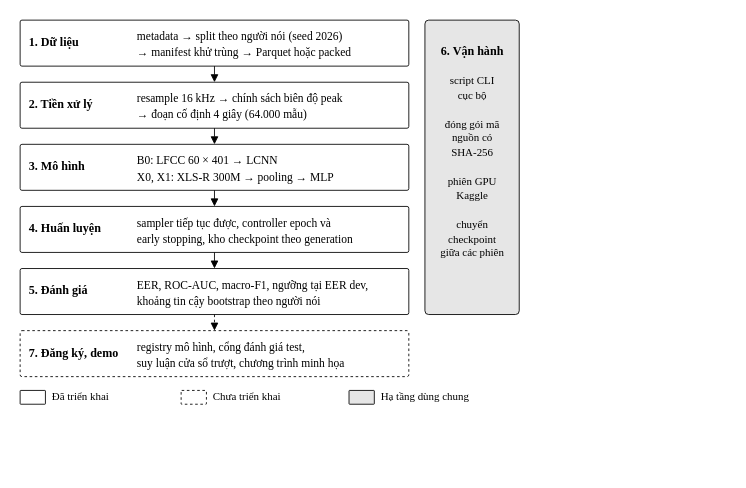
Earlier version of the draw.io diagram docs/figures/hinh_3_1_kien_truc_tong_the.drawio (NgocTan1002/DATN). Source tidied: cells renumbered, new cells numbered last; positions are measured from the earlier drawing's top-left corner, leaving out a move shared by most shapes. Both pictures are drawn from the tidied source at 115%, with x=0, y=0 at pixel (20, 20).
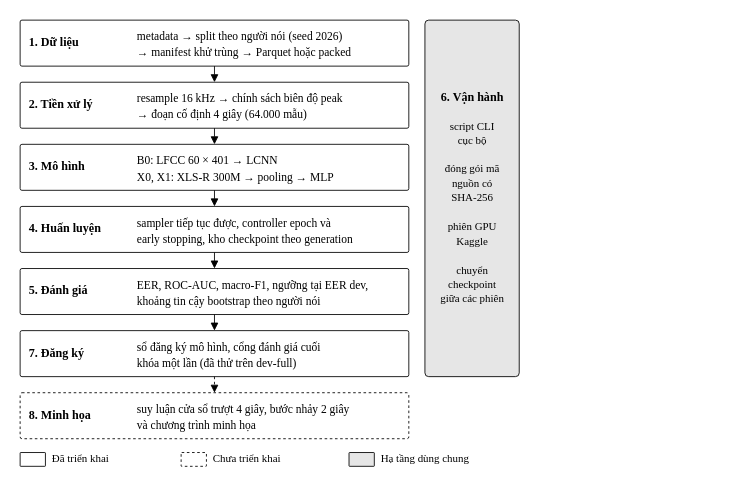
After the change.

What changed in the source:
```diff
@@
-    <mxCell id="7" style="rounded=1;arcSize=4;html=1;fillColor=#FFFFFF;strokeColor=#000000;strokeWidth=0.75;dashed=1;" parent="1" vertex="1">
+    <mxCell id="7" style="rounded=1;arcSize=4;html=1;fillColor=#FFFFFF;strokeColor=#000000;strokeWidth=0.75;" parent="1" vertex="1">
       <mxGeometry y="270" width="338" height="40" as="geometry" />
     </mxCell>
-    <mxCell id="8" style="rounded=1;arcSize=4;html=1;fillColor=#E6E6E6;strokeColor=#000000;strokeWidth=0.75;" parent="1" vertex="1">
-      <mxGeometry x="352" width="82" height="256" as="geometry" />
+    <mxCell id="8" style="rounded=1;arcSize=4;html=1;fillColor=#FFFFFF;strokeColor=#000000;strokeWidth=0.75;dashed=1;" parent="1" vertex="1">
+      <mxGeometry y="324" width="338" height="40" as="geometry" />
     </mxCell>
-    <mxCell id="9" style="rounded=1;arcSize=4;html=1;fillColor=#FFFFFF;strokeColor=#000000;strokeWidth=0.75;" parent="1" vertex="1">
-      <mxGeometry y="322" width="22" height="12" as="geometry" />
+    <mxCell id="9" style="rounded=1;arcSize=4;html=1;fillColor=#E6E6E6;strokeColor=#000000;strokeWidth=0.75;" parent="1" vertex="1">
+      <mxGeometry x="352" width="82" height="310" as="geometry" />
     </mxCell>
-    <mxCell id="10" style="rounded=1;arcSize=4;html=1;fillColor=#FFFFFF;strokeColor=#000000;strokeWidth=0.75;dashed=1;" parent="1" vertex="1">
-      <mxGeometry x="140" y="322" width="22" height="12" as="geometry" />
+    <mxCell id="10" style="rounded=1;arcSize=4;html=1;fillColor=#FFFFFF;strokeColor=#000000;strokeWidth=0.75;" parent="1" vertex="1">
+      <mxGeometry y="376" width="22" height="12" as="geometry" />
     </mxCell>
-    <mxCell id="11" style="rounded=1;arcSize=4;html=1;fillColor=#E6E6E6;strokeColor=#000000;strokeWidth=0.75;" parent="1" vertex="1">
-      <mxGeometry x="286" y="322" width="22" height="12" as="geometry" />
+    <mxCell id="11" style="rounded=1;arcSize=4;html=1;fillColor=#FFFFFF;strokeColor=#000000;strokeWidth=0.75;dashed=1;" parent="1" vertex="1">
+      <mxGeometry x="140" y="376" width="22" height="12" as="geometry" />
     </mxCell>
+    <mxCell id="49" style="rounded=1;arcSize=4;html=1;fillColor=#E6E6E6;strokeColor=#000000;strokeWidth=0.75;" parent="1" vertex="1">
+      <mxGeometry x="286" y="376" width="22" height="12" as="geometry" />
+    </mxCell>
-    <mxCell id="12" style="endArrow=block;endFill=1;endSize=5;html=1;strokeWidth=0.75;rounded=0;" parent="1" edge="1">
+    <mxCell id="12" style="endArrow=block;endFill=1;endSize=5;html=1;strokeWidth=0.75;" parent="1" edge="1">
       <mxGeometry relative="1" as="geometry">
         <mxPoint x="169" y="40" as="sourcePoint" />
         <mxPoint x="169" y="54" as="targetPoint" />
       </mxGeometry>
     </mxCell>
-    <mxCell id="13" style="endArrow=block;endFill=1;endSize=5;html=1;strokeWidth=0.75;rounded=0;" parent="1" edge="1">
+    <mxCell id="13" style="endArrow=block;endFill=1;endSize=5;html=1;strokeWidth=0.75;" parent="1" edge="1">
       <mxGeometry relative="1" as="geometry">
         <mxPoint x="169" y="94" as="sourcePoint" />
         <mxPoint x="169" y="108" as="targetPoint" />
       </mxGeometry>
     </mxCell>
-    <mxCell id="14" style="endArrow=block;endFill=1;endSize=5;html=1;strokeWidth=0.75;rounded=0;" parent="1" edge="1">
+    <mxCell id="14" style="endArrow=block;endFill=1;endSize=5;html=1;strokeWidth=0.75;" parent="1" edge="1">
       <mxGeometry relative="1" as="geometry">
         <mxPoint x="169" y="148" as="sourcePoint" />
         <mxPoint x="169" y="162" as="targetPoint" />
       </mxGeometry>
     </mxCell>
-    <mxCell id="15" style="endArrow=block;endFill=1;endSize=5;html=1;strokeWidth=0.75;rounded=0;" parent="1" edge="1">
+    <mxCell id="15" style="endArrow=block;endFill=1;endSize=5;html=1;strokeWidth=0.75;" parent="1" edge="1">
       <mxGeometry relative="1" as="geometry">
         <mxPoint x="169" y="202" as="sourcePoint" />
         <mxPoint x="169" y="216" as="targetPoint" />
       </mxGeometry>
     </mxCell>
-    <mxCell id="16" style="endArrow=block;endFill=1;endSize=5;dashed=1;html=1;strokeWidth=0.75;rounded=0;" parent="1" edge="1">
+    <mxCell id="16" style="endArrow=block;endFill=1;endSize=5;html=1;strokeWidth=0.75;" parent="1" edge="1">
       <mxGeometry relative="1" as="geometry">
         <mxPoint x="169" y="256" as="sourcePoint" />
         <mxPoint x="169" y="270" as="targetPoint" />
       </mxGeometry>
     </mxCell>
+    <mxCell id="50" style="endArrow=block;endFill=1;endSize=5;html=1;strokeWidth=0.75;dashed=1;" parent="1" edge="1">
+      <mxGeometry relative="1" as="geometry">
+        <mxPoint x="169" y="310" as="sourcePoint" />
+        <mxPoint x="169" y="324" as="targetPoint" />
+      </mxGeometry>
+    </mxCell>
@@
-    <mxCell id="32" value="7. Đăng ký, demo" style="text;html=1;align=left;verticalAlign=middle;spacing=0;fontFamily=Times New Roman;fontSize=10.5;fontStyle=1;" parent="1" vertex="1">
+    <mxCell id="32" value="7. Đăng ký" style="text;html=1;align=left;verticalAlign=middle;spacing=0;fontFamily=Times New Roman;fontSize=10.5;fontStyle=1;" parent="1" vertex="1">
       <mxGeometry x="8" y="283" width="300" height="14" as="geometry" />
     </mxCell>
-    <mxCell id="33" value="registry mô hình, cổng đánh giá test," style="text;html=1;align=left;verticalAlign=middle;spacing=0;fontFamily=Times New Roman;fontSize=10;fontStyle=0;" parent="1" vertex="1">
+    <mxCell id="33" value="sổ đăng ký mô hình, cổng đánh giá cuối" style="text;html=1;align=left;verticalAlign=middle;spacing=0;fontFamily=Times New Roman;fontSize=10;fontStyle=0;" parent="1" vertex="1">
       <mxGeometry x="102" y="277" width="300" height="14" as="geometry" />
     </mxCell>
-    <mxCell id="34" value="suy luận cửa sổ trượt, chương trình minh họa" style="text;html=1;align=left;verticalAlign=middle;spacing=0;fontFamily=Times New Roman;fontSize=10;fontStyle=0;" parent="1" vertex="1">
+    <mxCell id="34" value="khóa một lần (đã thử trên dev-full)" style="text;html=1;align=left;verticalAlign=middle;spacing=0;fontFamily=Times New Roman;fontSize=10;fontStyle=0;" parent="1" vertex="1">
       <mxGeometry x="102" y="291" width="300" height="14" as="geometry" />
     </mxCell>
-    <mxCell id="35" value="6. Vận hành" style="text;html=1;align=center;verticalAlign=middle;spacing=0;fontFamily=Times New Roman;fontSize=10.5;fontStyle=1;" parent="1" vertex="1">
-      <mxGeometry x="243" y="21" width="300" height="14" as="geometry" />
+    <mxCell id="35" value="8. Minh họa" style="text;html=1;align=left;verticalAlign=middle;spacing=0;fontFamily=Times New Roman;fontSize=10.5;fontStyle=1;" parent="1" vertex="1">
+      <mxGeometry x="8" y="337" width="300" height="14" as="geometry" />
     </mxCell>
-    <mxCell id="36" value="script CLI" style="text;html=1;align=center;verticalAlign=middle;spacing=0;fontFamily=Times New Roman;fontSize=9.5;fontStyle=0;" parent="1" vertex="1">
-      <mxGeometry x="243" y="46" width="300" height="14" as="geometry" />
+    <mxCell id="36" value="suy luận cửa sổ trượt 4 giây, bước nhảy 2 giây" style="text;html=1;align=left;verticalAlign=middle;spacing=0;fontFamily=Times New Roman;fontSize=10;fontStyle=0;" parent="1" vertex="1">
+      <mxGeometry x="102" y="331" width="300" height="14" as="geometry" />
     </mxCell>
-    <mxCell id="37" value="cục bộ" style="text;html=1;align=center;verticalAlign=middle;spacing=0;fontFamily=Times New Roman;fontSize=9.5;fontStyle=0;" parent="1" vertex="1">
-      <mxGeometry x="243" y="58.5" width="300" height="14" as="geometry" />
+    <mxCell id="37" value="và chương trình minh họa" style="text;html=1;align=left;verticalAlign=middle;spacing=0;fontFamily=Times New Roman;fontSize=10;fontStyle=0;" parent="1" vertex="1">
+      <mxGeometry x="102" y="345" width="300" height="14" as="geometry" />
     </mxCell>
-    <mxCell id="38" value="đóng gói mã" style="text;html=1;align=center;verticalAlign=middle;spacing=0;fontFamily=Times New Roman;fontSize=9.5;fontStyle=0;" parent="1" vertex="1">
-      <mxGeometry x="243" y="83.5" width="300" height="14" as="geometry" />
+    <mxCell id="38" value="6. Vận hành" style="text;html=1;align=center;verticalAlign=middle;spacing=0;fontFamily=Times New Roman;fontSize=10.5;fontStyle=1;" parent="1" vertex="1">
+      <mxGeometry x="243" y="60.5" width="300" height="14" as="geometry" />
     </mxCell>
-    <mxCell id="39" value="nguồn có" style="text;html=1;align=center;verticalAlign=middle;spacing=0;fontFamily=Times New Roman;fontSize=9.5;fontStyle=0;" parent="1" vertex="1">
-      <mxGeometry x="243" y="96" width="300" height="14" as="geometry" />
+    <mxCell id="39" value="script CLI" style="text;html=1;align=center;verticalAlign=middle;spacing=0;fontFamily=Times New Roman;fontSize=9.5;fontStyle=0;" parent="1" vertex="1">
+      <mxGeometry x="243" y="85.5" width="300" height="14" as="geometry" />
     </mxCell>
-    <mxCell id="40" value="SHA-256" style="text;html=1;align=center;verticalAlign=middle;spacing=0;fontFamily=Times New Roman;fontSize=9.5;fontStyle=0;" parent="1" vertex="1">
-      <mxGeometry x="243" y="108.5" width="300" height="14" as="geometry" />
+    <mxCell id="40" value="cục bộ" style="text;html=1;align=center;verticalAlign=middle;spacing=0;fontFamily=Times New Roman;fontSize=9.5;fontStyle=0;" parent="1" vertex="1">
+      <mxGeometry x="243" y="98" width="300" height="14" as="geometry" />
     </mxCell>
-    <mxCell id="41" value="phiên GPU" style="text;html=1;align=center;verticalAlign=middle;spacing=0;fontFamily=Times New Roman;fontSize=9.5;fontStyle=0;" parent="1" vertex="1">
-      <mxGeometry x="243" y="133.5" width="300" height="14" as="geometry" />
+    <mxCell id="41" value="đóng gói mã" style="text;html=1;align=center;verticalAlign=middle;spacing=0;fontFamily=Times New Roman;fontSize=9.5;fontStyle=0;" parent="1" vertex="1">
+      <mxGeometry x="243" y="123" width="300" height="14" as="geometry" />
     </mxCell>
-    <mxCell id="42" value="Kaggle" style="text;html=1;align=center;verticalAlign=middle;spacing=0;fontFamily=Times New Roman;fontSize=9.5;fontStyle=0;" parent="1" vertex="1">
-      <mxGeometry x="243" y="146" width="300" height="14" as="geometry" />
+    <mxCell id="42" value="nguồn có" style="text;html=1;align=center;verticalAlign=middle;spacing=0;fontFamily=Times New Roman;fontSize=9.5;fontStyle=0;" parent="1" vertex="1">
+      <mxGeometry x="243" y="135.5" width="300" height="14" as="geometry" />
     </mxCell>
-    <mxCell id="43" value="chuyển" style="text;html=1;align=center;verticalAlign=middle;spacing=0;fontFamily=Times New Roman;fontSize=9.5;fontStyle=0;" parent="1" vertex="1">
-      <mxGeometry x="243" y="171" width="300" height="14" as="geometry" />
+    <mxCell id="43" value="SHA-256" style="text;html=1;align=center;verticalAlign=middle;spacing=0;fontFamily=Times New Roman;fontSize=9.5;fontStyle=0;" parent="1" vertex="1">
+      <mxGeometry x="243" y="148" width="300" height="14" as="geometry" />
     </mxCell>
-    <mxCell id="44" value="checkpoint" style="text;html=1;align=center;verticalAlign=middle;spacing=0;fontFamily=Times New Roman;fontSize=9.5;fontStyle=0;" parent="1" vertex="1">
-      <mxGeometry x="243" y="183.5" width="300" height="14" as="geometry" />
+    <mxCell id="44" value="phiên GPU" style="text;html=1;align=center;verticalAlign=middle;spacing=0;fontFamily=Times New Roman;fontSize=9.5;fontStyle=0;" parent="1" vertex="1">
+      <mxGeometry x="243" y="173" width="300" height="14" as="geometry" />
     </mxCell>
-    <mxCell id="45" value="giữa các phiên" style="text;html=1;align=center;verticalAlign=middle;spacing=0;fontFamily=Times New Roman;fontSize=9.5;fontStyle=0;" parent="1" vertex="1">
-      <mxGeometry x="243" y="196" width="300" height="14" as="geometry" />
+    <mxCell id="45" value="Kaggle" style="text;html=1;align=center;verticalAlign=middle;spacing=0;fontFamily=Times New Roman;fontSize=9.5;fontStyle=0;" parent="1" vertex="1">
+      <mxGeometry x="243" y="185.5" width="300" height="14" as="geometry" />
     </mxCell>
-    <mxCell id="46" value="Đã triển khai" style="text;html=1;align=left;verticalAlign=middle;spacing=0;fontFamily=Times New Roman;fontSize=9.5;fontStyle=0;" parent="1" vertex="1">
-      <mxGeometry x="28" y="321" width="300" height="14" as="geometry" />
+    <mxCell id="46" value="chuyển" style="text;html=1;align=center;verticalAlign=middle;spacing=0;fontFamily=Times New Roman;fontSize=9.5;fontStyle=0;" parent="1" vertex="1">
+      <mxGeometry x="243" y="210.5" width="300" height="14" as="geometry" />
     </mxCell>
-    <mxCell id="47" value="Chưa triển khai" style="text;html=1;align=left;verticalAlign=middle;spacing=0;fontFamily=Times New Roman;fontSize=9.5;fontStyle=0;" parent="1" vertex="1">
-      <mxGeometry x="168" y="321" width="300" height="14" as="geometry" />
+    <mxCell id="47" value="checkpoint" style="text;html=1;align=center;verticalAlign=middle;spacing=0;fontFamily=Times New Roman;fontSize=9.5;fontStyle=0;" parent="1" vertex="1">
+      <mxGeometry x="243" y="223" width="300" height="14" as="geometry" />
     </mxCell>
-    <mxCell id="48" value="Hạ tầng dùng chung" style="text;html=1;align=left;verticalAlign=middle;spacing=0;fontFamily=Times New Roman;fontSize=9.5;fontStyle=0;" parent="1" vertex="1">
-      <mxGeometry x="314" y="321" width="300" height="14" as="geometry" />
+    <mxCell id="48" value="giữa các phiên" style="text;html=1;align=center;verticalAlign=middle;spacing=0;fontFamily=Times New Roman;fontSize=9.5;fontStyle=0;" parent="1" vertex="1">
+      <mxGeometry x="243" y="235.5" width="300" height="14" as="geometry" />
     </mxCell>
+    <mxCell id="51" value="Đã triển khai" style="text;html=1;align=left;verticalAlign=middle;spacing=0;fontFamily=Times New Roman;fontSize=9.5;fontStyle=0;" parent="1" vertex="1">
+      <mxGeometry x="28" y="375" width="300" height="14" as="geometry" />
+    </mxCell>
+    <mxCell id="52" value="Chưa triển khai" style="text;html=1;align=left;verticalAlign=middle;spacing=0;fontFamily=Times New Roman;fontSize=9.5;fontStyle=0;" parent="1" vertex="1">
+      <mxGeometry x="168" y="375" width="300" height="14" as="geometry" />
+    </mxCell>
+    <mxCell id="53" value="Hạ tầng dùng chung" style="text;html=1;align=left;verticalAlign=middle;spacing=0;fontFamily=Times New Roman;fontSize=9.5;fontStyle=0;" parent="1" vertex="1">
+      <mxGeometry x="314" y="375" width="300" height="14" as="geometry" />
+    </mxCell>
```
